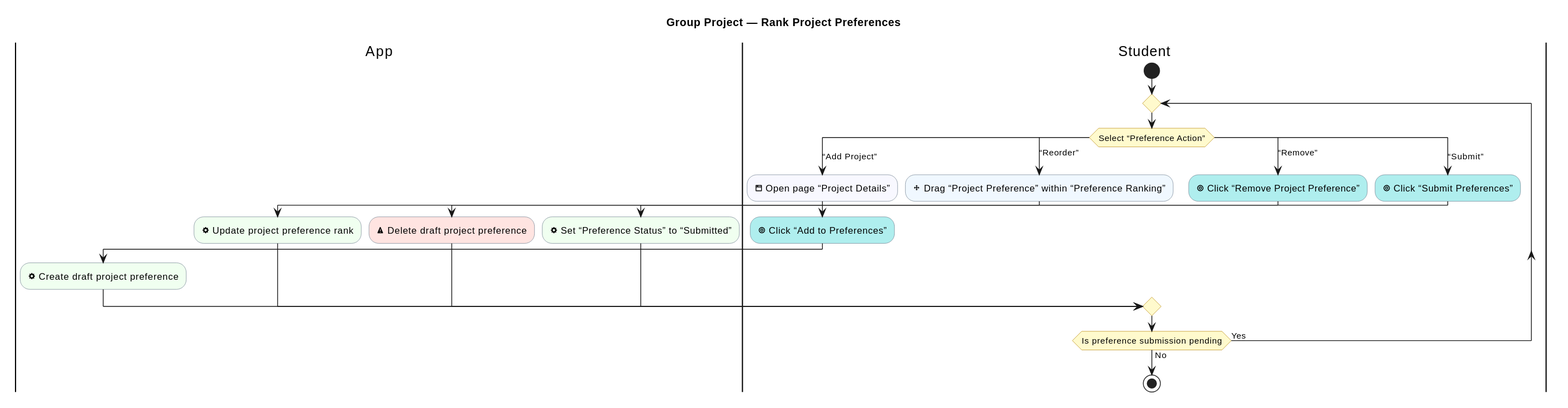
The PlantUML diagram industrial-placement-group-project/diagrams/group-project/preference-editing.svg in sdflkjssl/sdflkjssl.github.io, before a commit.
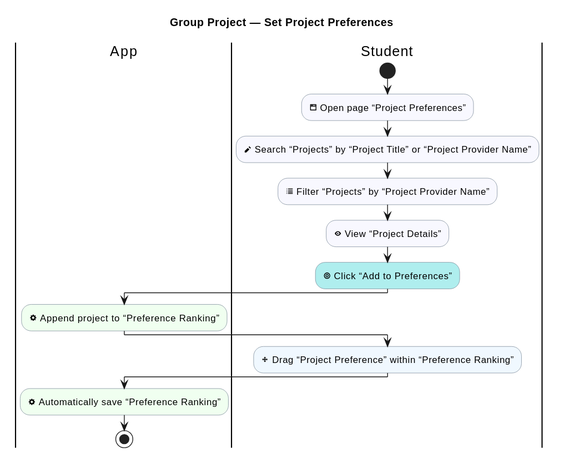
Above is the later version.

Change to the diagram source:
```diff
@@ -1,6 +1,6 @@
 @startuml
 !pragma layout smetana
-title Group Project — Rank Project Preferences
+title Group Project — Set Project Preferences
 skinparam shadowing false
 skinparam activityBackgroundColor GhostWhite
 skinparam activityBorderColor SlateGray
@@ -12,31 +12,16 @@
 
 |Student|
 start
-repeat
-  switch (Select “Preference Action”)
-  case (“Add Project”)
-    |Student|
-    :<&browser> Open page “Project Details”; <<#GhostWhite>>
-    :<&target> Click “Add to Preferences”; <<#PaleTurquoise>>
-    |App|
-    :<&cog> Create draft project preference; <<#HoneyDew>>
-  case (“Reorder”)
-    |Student|
-    :<&move> Drag “Project Preference” within “Preference Ranking”; <<#AliceBlue>>
-    |App|
-    :<&cog> Update project preference rank; <<#HoneyDew>>
-  case (“Remove”)
-    |Student|
-    :<&target> Click “Remove Project Preference”; <<#PaleTurquoise>>
-    |App|
-    :<&warning> Delete draft project preference; <<#MistyRose>>
-  case (“Submit”)
-    |Student|
-    :<&target> Click “Submit Preferences”; <<#PaleTurquoise>>
-    |App|
-    :<&cog> Set “Preference Status” to “Submitted”; <<#HoneyDew>>
-  endswitch
-  |Student|
-repeat while (Is preference submission pending) is (Yes) not (No)
+:<&browser> Open page “Project Preferences”; <<#GhostWhite>>
+:<&pencil> Search “Projects” by “Project Title” or “Project Provider Name”; <<#GhostWhite>>
+:<&list> Filter “Projects” by “Project Provider Name”; <<#GhostWhite>>
+:<&eye> View “Project Details”; <<#GhostWhite>>
+:<&target> Click “Add to Preferences”; <<#PaleTurquoise>>
+|App|
+:<&cog> Append project to “Preference Ranking”; <<#HoneyDew>>
+|Student|
+:<&move> Drag “Project Preference” within “Preference Ranking”; <<#AliceBlue>>
+|App|
+:<&cog> Automatically save “Preference Ranking”; <<#HoneyDew>>
 stop
 @enduml
```
